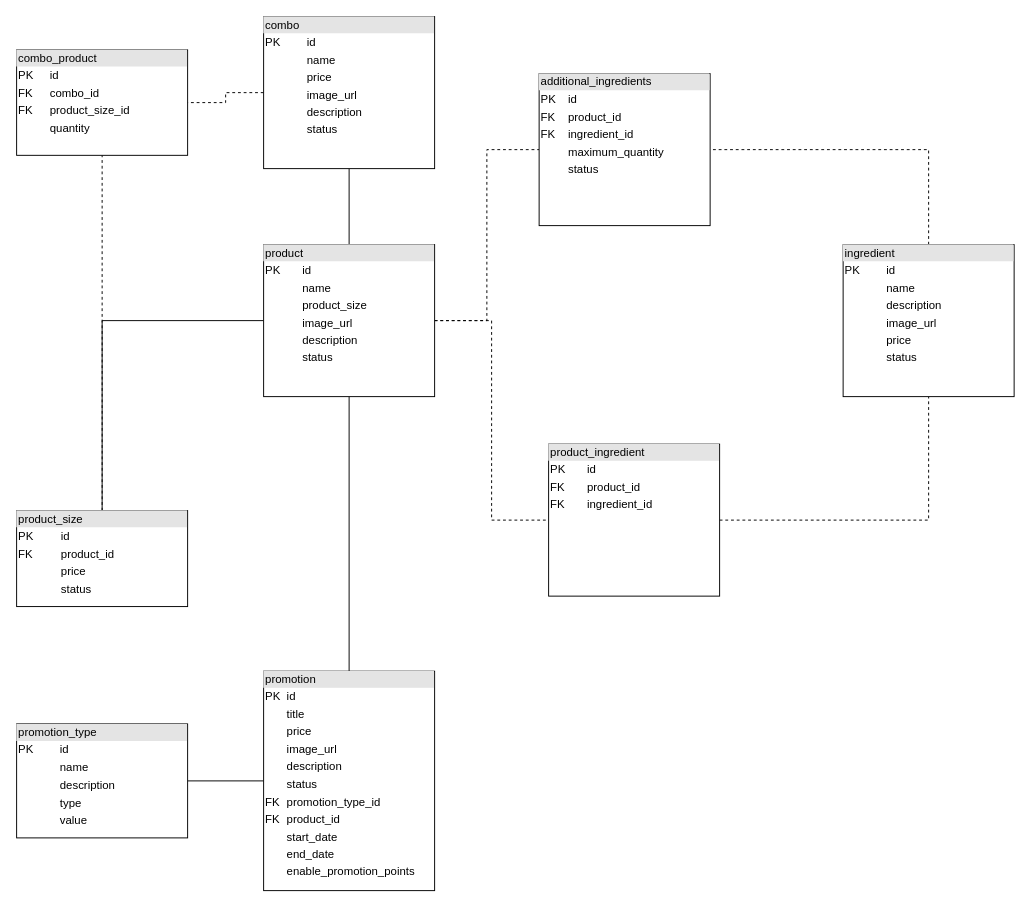
The draw.io diagram page "Products" (2 of 4) of docs/data-modeling/data_modeling.drawio in doda-s/nippon-ten, before the edit. Source tidied: cells renumbered, new cells numbered last; positions are measured from the earlier drawing's top-left corner, leaving out a move shared by most shapes. Both pictures are drawn from the tidied source at 95%, with x=0, y=0 at pixel (-12, -50).
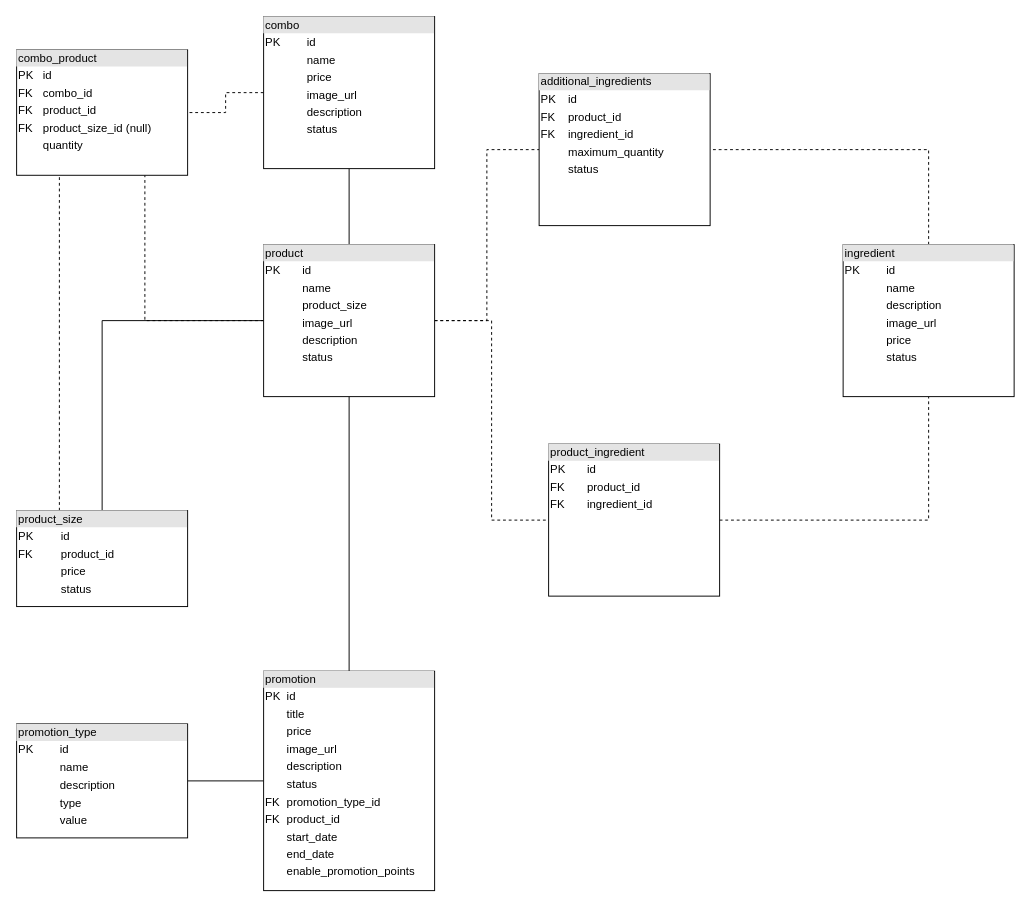
The same page after the edit.

Commit message (it also covers changes not shown here):
docs: keep product in combo_product and make size optional

Apontar combo_product só para product_size impedia combos com produtos
sem tamanho (que não têm preço próprio, mas podem ser vendidos dentro
de um combo) e obrigava a migration a escolher um tamanho arbitrário
para os combos existentes. Agora a linha mantém o produto e ganha o
tamanho, obrigatório só quando o produto tem tamanhos, e os combos
antigos ficam sem tamanho para revisão manual.

Unchanged cells that the change refers to:
```xml
<mxCell id="8" value="&lt;div style=&quot;box-sizing: border-box; width: 100%; background: rgb(228, 228, 228); padding: 2px;&quot;&gt;product&lt;/div&gt;&lt;table style=&quot;width:100%;font-size:1em;&quot; cellpadding=&quot;2&quot; cellspacing=&quot;0&quot;&gt;&lt;tbody&gt;&lt;tr&gt;&lt;td&gt;PK&lt;/td&gt;&lt;td&gt;id&lt;/td&gt;&lt;/tr&gt;&lt;tr&gt;&lt;td&gt;&lt;br&gt;&lt;/td&gt;&lt;td&gt;name&lt;/td&gt;&lt;/tr&gt;&lt;tr&gt;&lt;td&gt;&lt;/td&gt;&lt;td&gt;product_size&lt;/td&gt;&lt;/tr&gt;&lt;tr&gt;&lt;td&gt;&lt;br&gt;&lt;/td&gt;&lt;td&gt;image_url&lt;/td&gt;&lt;/tr&gt;&lt;tr&gt;&lt;td&gt;&lt;br&gt;&lt;/td&gt;&lt;td&gt;description&lt;/td&gt;&lt;/tr&gt;&lt;tr&gt;&lt;td&gt;&lt;br&gt;&lt;/td&gt;&lt;td&gt;status&lt;/td&gt;&lt;/tr&gt;&lt;/tbody&gt;&lt;/table&gt;" style="verticalAlign=top;align=left;overflow=fill;html=1;whiteSpace=wrap;" parent="1" vertex="1">
  <mxGeometry x="290" y="310" width="180" height="160" as="geometry" />
</mxCell>
<mxCell id="21" value="&lt;div style=&quot;box-sizing: border-box; width: 100%; background: rgb(228, 228, 228); padding: 2px;&quot;&gt;&lt;span class=&quot;HwtZe&quot; lang=&quot;en&quot;&gt;product_size&lt;/span&gt;&lt;/div&gt;&lt;table style=&quot;width:100%;font-size:1em;&quot; cellpadding=&quot;2&quot; cellspacing=&quot;0&quot;&gt;&lt;tbody&gt;&lt;tr&gt;&lt;td&gt;PK&lt;/td&gt;&lt;td&gt;id&lt;/td&gt;&lt;/tr&gt;&lt;tr&gt;&lt;td&gt;FK&lt;/td&gt;&lt;td&gt;product_id&lt;/td&gt;&lt;/tr&gt;&lt;tr&gt;&lt;td&gt;&lt;br&gt;&lt;/td&gt;&lt;td&gt;price&lt;/td&gt;&lt;/tr&gt;&lt;tr&gt;&lt;td&gt;&lt;br&gt;&lt;/td&gt;&lt;td&gt;status&lt;/td&gt;&lt;/tr&gt;&lt;/tbody&gt;&lt;/table&gt;" style="verticalAlign=top;align=left;overflow=fill;html=1;whiteSpace=wrap;" parent="1" vertex="1">
  <mxGeometry x="30" y="590" width="180" height="101" as="geometry" />
</mxCell>
```

What changed in the source:
```diff
@@
+    <mxCell id="22" style="edgeStyle=orthogonalEdgeStyle;rounded=0;jettySize=auto;html=1;endArrow=none;endFill=0;dashed=1;exitX=0.25;exitY=0;exitDx=0;exitDy=0;entryX=0.25;entryY=1;entryDx=0;entryDy=0;" parent="1" edge="1" source="21" target="19">
+      <mxGeometry relative="1" as="geometry" />
+    </mxCell>
-    <mxCell id="5" style="edgeStyle=orthogonalEdgeStyle;rounded=0;jettySize=auto;html=1;exitX=0.5;exitY=0;exitDx=0;exitDy=0;entryX=0.5;entryY=1;entryDx=0;entryDy=0;endArrow=none;endFill=0;dashed=1;" parent="1" edge="1" source="21" target="19">
+    <mxCell id="5" style="edgeStyle=orthogonalEdgeStyle;rounded=0;jettySize=auto;html=1;entryX=0.75;entryY=1;entryDx=0;entryDy=0;endArrow=none;endFill=0;dashed=1;" parent="1" edge="1" source="8" target="19">
       <mxGeometry relative="1" as="geometry" />
     </mxCell>
@@
-    <mxCell id="19" value="&lt;div style=&quot;box-sizing: border-box; width: 100%; background: rgb(228, 228, 228); padding: 2px;&quot;&gt;combo_product&lt;/div&gt;&lt;table style=&quot;width:100%;font-size:1em;&quot; cellpadding=&quot;2&quot; cellspacing=&quot;0&quot;&gt;&lt;tbody&gt;&lt;tr&gt;&lt;td&gt;PK&lt;/td&gt;&lt;td&gt;id&lt;/td&gt;&lt;/tr&gt;&lt;tr&gt;&lt;td&gt;FK&lt;/td&gt;&lt;td&gt;combo_id&lt;/td&gt;&lt;/tr&gt;&lt;tr&gt;&lt;td&gt;FK&lt;/td&gt;&lt;td&gt;product_size_id&lt;/td&gt;&lt;/tr&gt;&lt;tr&gt;&lt;td&gt;&lt;/td&gt;&lt;td&gt;quantity&lt;/td&gt;&lt;/tr&gt;&lt;/tbody&gt;&lt;/table&gt;" style="verticalAlign=top;align=left;overflow=fill;html=1;whiteSpace=wrap;" parent="1" vertex="1">
-      <mxGeometry x="30" y="105" width="180" height="111" as="geometry" />
+    <mxCell id="19" value="&lt;div style=&quot;box-sizing: border-box; width: 100%; background: rgb(228, 228, 228); padding: 2px;&quot;&gt;combo_product&lt;/div&gt;&lt;table style=&quot;width:100%;font-size:1em;&quot; cellpadding=&quot;2&quot; cellspacing=&quot;0&quot;&gt;&lt;tbody&gt;&lt;tr&gt;&lt;td&gt;PK&lt;/td&gt;&lt;td&gt;id&lt;/td&gt;&lt;/tr&gt;&lt;tr&gt;&lt;td&gt;FK&lt;/td&gt;&lt;td&gt;combo_id&lt;/td&gt;&lt;/tr&gt;&lt;tr&gt;&lt;td&gt;FK&lt;/td&gt;&lt;td&gt;product_id&lt;/td&gt;&lt;/tr&gt;&lt;tr&gt;&lt;td&gt;FK&lt;/td&gt;&lt;td&gt;product_size_id (null)&lt;/td&gt;&lt;/tr&gt;&lt;tr&gt;&lt;td&gt;&lt;/td&gt;&lt;td&gt;quantity&lt;/td&gt;&lt;/tr&gt;&lt;/tbody&gt;&lt;/table&gt;" style="verticalAlign=top;align=left;overflow=fill;html=1;whiteSpace=wrap;" parent="1" vertex="1">
+      <mxGeometry x="30" y="105" width="180" height="132" as="geometry" />
     </mxCell>
```
